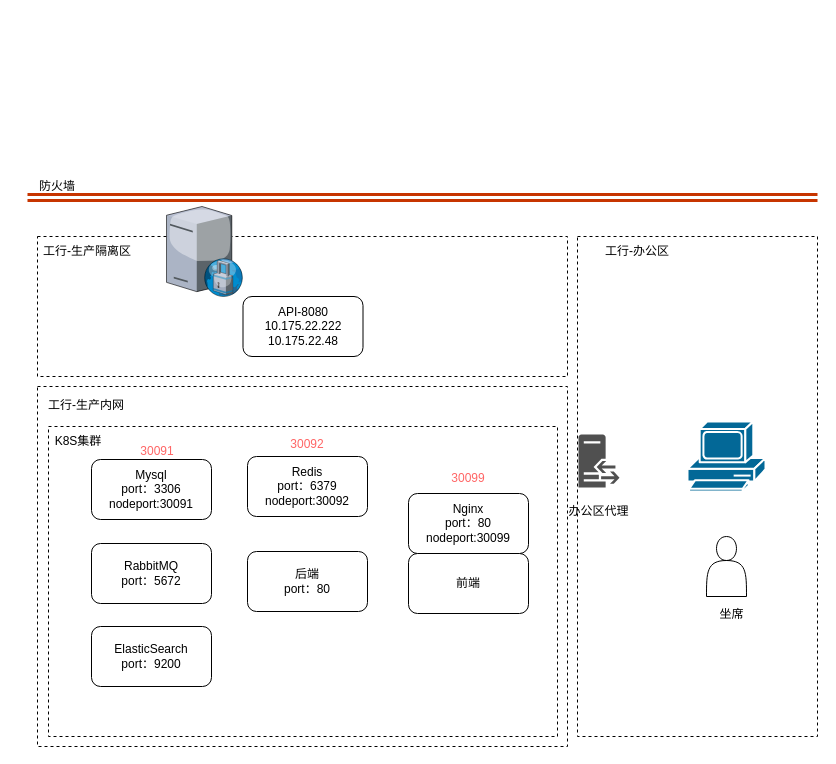
This is module8/工行.drawio from csmiao168/go_study, a draw.io file, before an edit. Source tidied: cells renumbered, new cells numbered last; positions are measured from the earlier drawing's top-left corner, leaving out a move shared by most shapes. Both pictures are drawn from the tidied source at 100%, with x=0, y=0 at pixel (17, 171). Pictures stored in the file or linked from it are replaced by grey dashed boxes.
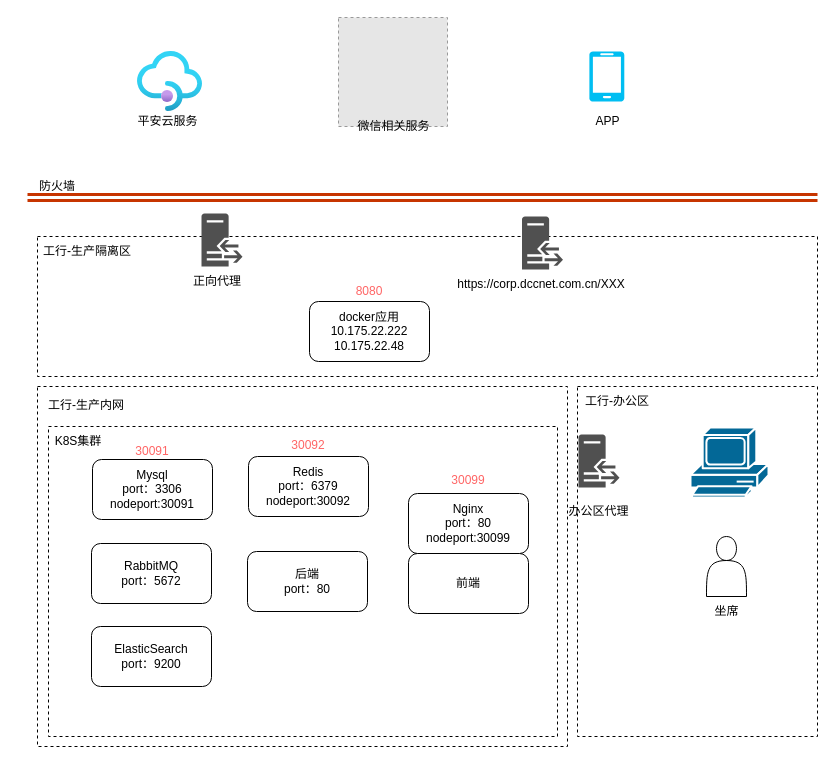
Above is the later version.

What changed in the source:
```diff
@@
+    <mxCell id="4" style="rounded=0;whiteSpace=wrap;html=1;fillColor=none;dashed=1;" parent="1" vertex="1">
+      <mxGeometry x="20" y="65" width="780" height="140" as="geometry" />
+    </mxCell>
@@
-    <mxCell id="4" style="rounded=0;whiteSpace=wrap;html=1;fillColor=none;dashed=1;" parent="1" vertex="1">
-      <mxGeometry x="20" y="65" width="530" height="140" as="geometry" />
-    </mxCell>
-    <mxCell id="5" value="&lt;div&gt;API-8080&lt;/div&gt;10.175.22.222&lt;div&gt;10.175.22.48&lt;br&gt;&lt;/div&gt;" style="rounded=1;whiteSpace=wrap;html=1;" parent="1" vertex="1">
-      <mxGeometry x="225.5" y="125" width="120" height="60" as="geometry" />
-    </mxCell>
@@
     <mxCell id="8" style="rounded=0;whiteSpace=wrap;html=1;fillColor=none;dashed=1;" parent="1" vertex="1">
-      <mxGeometry x="560" y="65" width="240" height="500" as="geometry" />
+      <mxGeometry x="560" y="215" width="240" height="350" as="geometry" />
     </mxCell>
     <mxCell id="9" value="工行-办公区" style="text;html=1;align=center;verticalAlign=middle;whiteSpace=wrap;rounded=0;" parent="1" vertex="1">
-      <mxGeometry x="580" y="65" width="80" height="30" as="geometry" />
+      <mxGeometry x="560" y="215" width="80" height="30" as="geometry" />
     </mxCell>
-    <mxCell id="10" value="&lt;div&gt;&lt;span style=&quot;background-color: initial;&quot;&gt;Redis&lt;/span&gt;&lt;/div&gt;&lt;div&gt;&lt;span style=&quot;background-color: initial;&quot;&gt;port：6379&lt;/span&gt;&lt;/div&gt;&lt;div&gt;nodeport:30092&lt;/div&gt;" style="rounded=1;whiteSpace=wrap;html=1;" parent="1" vertex="1">
-      <mxGeometry x="230" y="285" width="120" height="60" as="geometry" />
-    </mxCell>
@@
-    <mxCell id="12" value="&lt;div&gt;Mysql&lt;/div&gt;&lt;div&gt;port：3306&lt;/div&gt;&lt;div&gt;nodeport:30091&lt;/div&gt;" style="rounded=1;whiteSpace=wrap;html=1;" parent="1" vertex="1">
-      <mxGeometry x="74" y="288" width="120" height="60" as="geometry" />
-    </mxCell>
@@
+    <mxCell id="17" style="shape=mxgraph.cisco.computers_and_peripherals.pc;html=1;dashed=0;fillColor=#036897;strokeColor=#ffffff;strokeWidth=2;verticalLabelPosition=bottom;verticalAlign=top;align=center;" parent="1" vertex="1">
+      <mxGeometry x="673" y="256" width="78" height="70" as="geometry" />
+    </mxCell>
+    <mxCell id="21" value="办公区代理" style="text;html=1;align=center;verticalAlign=middle;whiteSpace=wrap;rounded=0;" parent="1" vertex="1">
+      <mxGeometry x="547.2" y="325" width="68.5" height="30" as="geometry" />
+    </mxCell>
+    <mxCell id="22" style="sketch=0;shadow=0;dashed=0;html=1;strokeColor=none;fillColor=#505050;labelPosition=center;verticalLabelPosition=bottom;verticalAlign=top;align=center;shape=mxgraph.office.servers.reverse_proxy;" parent="1" vertex="1">
+      <mxGeometry x="561" y="263" width="41" height="53" as="geometry" />
+    </mxCell>
+    <mxCell id="27" style="shape=link;html=1;rounded=0;labelBackgroundColor=#FFB366;fontColor=#FFB366;labelBorderColor=#FFB366;strokeColor=#C73500;fillColor=#fa6800;strokeWidth=3;" parent="1" edge="1">
+      <mxGeometry relative="1" as="geometry">
+        <mxPoint x="10" y="26" as="sourcePoint" />
+        <mxPoint x="800" y="26" as="targetPoint" />
+      </mxGeometry>
+    </mxCell>
+    <mxCell id="28" value="防火墙" style="text;html=1;align=center;verticalAlign=middle;whiteSpace=wrap;rounded=0;" parent="1" vertex="1">
+      <mxGeometry width="80" height="30" as="geometry" />
+    </mxCell>
+    <mxCell id="30" style="group;" parent="1" vertex="1">
+      <mxGeometry x="110" y="-120" width="81" height="85" as="geometry" />
+    </mxCell>
+    <mxCell id="31" style="image;html=1;align=center;fontSize=12;image=img/lib/azure2/app_services/API_Management_Services.svg;" parent="30" vertex="1">
+      <mxGeometry x="10" width="65" height="60" as="geometry" />
+    </mxCell>
+    <mxCell id="32" value="平安云服务" style="text;html=1;align=center;verticalAlign=middle;whiteSpace=wrap;rounded=0;" parent="30" vertex="1">
+      <mxGeometry y="55" width="81" height="30" as="geometry" />
+    </mxCell>
+    <mxCell id="33" style="group;" parent="1" vertex="1">
+      <mxGeometry x="321" y="-154" width="109" height="124" as="geometry" />
+    </mxCell>
+    <mxCell id="34" style="fillColor=#E6E6E6;strokeColor=#999999;dashed=1;html=1;verticalAlign=top;verticalLabelPosition=bottom;labelBackgroundColor=#ffffff;" parent="33" vertex="1">
+      <mxGeometry width="109" height="109" as="geometry" />
+    </mxCell>
+    <mxCell id="35" value="微信相关服务" style="text;html=1;align=center;verticalAlign=middle;whiteSpace=wrap;rounded=0;" parent="33" vertex="1">
+      <mxGeometry x="15" y="94" width="81" height="30" as="geometry" />
+    </mxCell>
+    <mxCell id="36" style="group;" parent="1" vertex="1">
+      <mxGeometry x="550" y="-120" width="81" height="85" as="geometry" />
+    </mxCell>
+    <mxCell id="37" style="verticalLabelPosition=bottom;html=1;verticalAlign=top;align=center;strokeColor=none;fillColor=#00BEF2;shape=mxgraph.azure.mobile;" parent="36" vertex="1">
+      <mxGeometry x="21.8" width="35" height="50" as="geometry" />
+    </mxCell>
+    <mxCell id="38" value="APP" style="text;html=1;align=center;verticalAlign=middle;whiteSpace=wrap;rounded=0;" parent="36" vertex="1">
+      <mxGeometry y="55" width="81" height="30" as="geometry" />
+    </mxCell>
+    <mxCell id="39" style="group;" parent="1" vertex="1">
+      <mxGeometry x="444" y="45" width="160" height="83" as="geometry" />
+    </mxCell>
+    <mxCell id="40" style="sketch=0;shadow=0;dashed=0;html=1;strokeColor=none;fillColor=#505050;labelPosition=center;verticalLabelPosition=bottom;verticalAlign=top;align=center;shape=mxgraph.office.servers.reverse_proxy;" parent="39" vertex="1">
+      <mxGeometry x="60.5" width="41" height="53" as="geometry" />
+    </mxCell>
+    <mxCell id="41" value="https://corp.dccnet.com.cn/XXX" style="text;html=1;align=center;verticalAlign=middle;whiteSpace=wrap;rounded=0;" parent="39" vertex="1">
+      <mxGeometry y="53" width="160" height="30" as="geometry" />
+    </mxCell>
+    <mxCell id="42" style="group;" parent="1" vertex="1">
+      <mxGeometry x="160" y="42" width="80" height="83" as="geometry" />
+    </mxCell>
+    <mxCell id="43" style="sketch=0;shadow=0;dashed=0;html=1;strokeColor=none;fillColor=#505050;labelPosition=center;verticalLabelPosition=bottom;verticalAlign=top;align=center;shape=mxgraph.office.servers.reverse_proxy;" parent="42" vertex="1">
+      <mxGeometry x="24" width="41" height="53" as="geometry" />
+    </mxCell>
+    <mxCell id="44" value="正向代理" style="text;html=1;align=center;verticalAlign=middle;whiteSpace=wrap;rounded=0;" parent="42" vertex="1">
+      <mxGeometry y="53" width="80" height="30" as="geometry" />
+    </mxCell>
+    <mxCell id="45" style="group;" parent="1" vertex="1">
+      <mxGeometry x="292" y="105" width="120" height="85" as="geometry" />
+    </mxCell>
+    <mxCell id="5" value="&lt;div&gt;docker应用&lt;/div&gt;10.175.22.222&lt;div&gt;10.175.22.48&lt;br&gt;&lt;/div&gt;" style="rounded=1;whiteSpace=wrap;html=1;" parent="45" vertex="1">
+      <mxGeometry y="25" width="120" height="60" as="geometry" />
+    </mxCell>
+    <mxCell id="46" value="8080" style="text;html=1;align=center;verticalAlign=middle;whiteSpace=wrap;rounded=0;fontColor=#FF6666;" parent="45" vertex="1">
+      <mxGeometry x="30" width="60" height="30" as="geometry" />
+    </mxCell>
+    <mxCell id="47" style="group;" parent="1" vertex="1">
+      <mxGeometry x="674.8" y="365" width="68.5" height="90" as="geometry" />
+    </mxCell>
-    <mxCell id="16" style="shape=actor;whiteSpace=wrap;html=1;" parent="1" vertex="1">
-      <mxGeometry x="689" y="365" width="40" height="60" as="geometry" />
+    <mxCell id="16" style="shape=actor;whiteSpace=wrap;html=1;" parent="47" vertex="1">
+      <mxGeometry x="14.2" width="40" height="60" as="geometry" />
     </mxCell>
-    <mxCell id="17" style="shape=mxgraph.cisco.computers_and_peripherals.pc;html=1;dashed=0;fillColor=#036897;strokeColor=#ffffff;strokeWidth=2;verticalLabelPosition=bottom;verticalAlign=top;align=center;" parent="1" vertex="1">
-      <mxGeometry x="670" y="250" width="78" height="70" as="geometry" />
-    </mxCell>
+    <mxCell id="26" value="坐席" style="text;html=1;align=center;verticalAlign=middle;whiteSpace=wrap;rounded=0;" parent="47" vertex="1">
+      <mxGeometry y="60" width="68.5" height="30" as="geometry" />
+    </mxCell>
+    <mxCell id="48" style="group;" parent="1" vertex="1">
+      <mxGeometry x="75" y="265" width="120" height="83" as="geometry" />
+    </mxCell>
+    <mxCell id="12" value="&lt;div&gt;Mysql&lt;/div&gt;&lt;div&gt;port：3306&lt;/div&gt;&lt;div&gt;nodeport:30091&lt;/div&gt;" style="rounded=1;whiteSpace=wrap;html=1;" parent="48" vertex="1">
+      <mxGeometry y="23" width="120" height="60" as="geometry" />
+    </mxCell>
+    <mxCell id="24" value="30091" style="text;html=1;align=center;verticalAlign=middle;whiteSpace=wrap;rounded=0;fontColor=#FF6666;" parent="48" vertex="1">
+      <mxGeometry x="30" width="60" height="30" as="geometry" />
+    </mxCell>
+    <mxCell id="49" style="group;" parent="1" vertex="1">
+      <mxGeometry x="231" y="259" width="120" height="86" as="geometry" />
+    </mxCell>
+    <mxCell id="10" value="&lt;div&gt;&lt;span style=&quot;background-color: initial;&quot;&gt;Redis&lt;/span&gt;&lt;/div&gt;&lt;div&gt;&lt;span style=&quot;background-color: initial;&quot;&gt;port：6379&lt;/span&gt;&lt;/div&gt;&lt;div&gt;nodeport:30092&lt;/div&gt;" style="rounded=1;whiteSpace=wrap;html=1;" parent="49" vertex="1">
+      <mxGeometry y="26" width="120" height="60" as="geometry" />
+    </mxCell>
+    <mxCell id="25" value="30092" style="text;html=1;align=center;verticalAlign=middle;whiteSpace=wrap;rounded=0;fontColor=#FF6666;" parent="49" vertex="1">
+      <mxGeometry x="30" width="60" height="30" as="geometry" />
+    </mxCell>
+    <mxCell id="50" style="group;" parent="1" vertex="1">
+      <mxGeometry x="391" y="294" width="120" height="148" as="geometry" />
+    </mxCell>
-    <mxCell id="18" style="group;" parent="1" vertex="1">
-      <mxGeometry x="391" y="322" width="120" height="120" as="geometry" />
+    <mxCell id="18" style="group;" parent="50" vertex="1">
+      <mxGeometry y="28" width="120" height="120" as="geometry" />
     </mxCell>
@@
-    <mxCell id="21" value="办公区代理" style="text;html=1;align=center;verticalAlign=middle;whiteSpace=wrap;rounded=0;" parent="1" vertex="1">
-      <mxGeometry x="547.2" y="325" width="68.5" height="30" as="geometry" />
-    </mxCell>
-    <mxCell id="22" style="sketch=0;shadow=0;dashed=0;html=1;strokeColor=none;fillColor=#505050;labelPosition=center;verticalLabelPosition=bottom;verticalAlign=top;align=center;shape=mxgraph.office.servers.reverse_proxy;" parent="1" vertex="1">
-      <mxGeometry x="561" y="263" width="41" height="53" as="geometry" />
-    </mxCell>
-    <mxCell id="23" value="30099" style="text;html=1;align=center;verticalAlign=middle;whiteSpace=wrap;rounded=0;fontColor=#FF6666;" parent="1" vertex="1">
-      <mxGeometry x="421" y="292" width="60" height="30" as="geometry" />
+    <mxCell id="23" value="30099" style="text;html=1;align=center;verticalAlign=middle;whiteSpace=wrap;rounded=0;fontColor=#FF6666;" parent="50" vertex="1">
+      <mxGeometry x="30" width="60" height="30" as="geometry" />
     </mxCell>
-    <mxCell id="24" value="30091" style="text;html=1;align=center;verticalAlign=middle;whiteSpace=wrap;rounded=0;fontColor=#FF6666;" parent="1" vertex="1">
-      <mxGeometry x="110" y="265" width="60" height="30" as="geometry" />
-    </mxCell>
-    <mxCell id="25" value="30092" style="text;html=1;align=center;verticalAlign=middle;whiteSpace=wrap;rounded=0;fontColor=#FF6666;" parent="1" vertex="1">
-      <mxGeometry x="260" y="258" width="60" height="30" as="geometry" />
-    </mxCell>
-    <mxCell id="26" value="坐席" style="text;html=1;align=center;verticalAlign=middle;whiteSpace=wrap;rounded=0;" parent="1" vertex="1">
-      <mxGeometry x="679.5" y="428" width="68.5" height="30" as="geometry" />
-    </mxCell>
-    <mxCell id="27" style="shape=link;html=1;rounded=0;labelBackgroundColor=#FFB366;fontColor=#FFB366;labelBorderColor=#FFB366;strokeColor=#C73500;fillColor=#fa6800;strokeWidth=3;" parent="1" edge="1">
-      <mxGeometry relative="1" as="geometry">
-        <mxPoint x="10" y="26" as="sourcePoint" />
-        <mxPoint x="800" y="26" as="targetPoint" />
-      </mxGeometry>
-    </mxCell>
-    <mxCell id="28" value="防火墙" style="text;html=1;align=center;verticalAlign=middle;whiteSpace=wrap;rounded=0;" parent="1" vertex="1">
-      <mxGeometry width="80" height="30" as="geometry" />
-    </mxCell>
-    <mxCell id="29" style="verticalLabelPosition=bottom;sketch=0;html=1;verticalAlign=top;strokeColor=none;align=center;shape=mxgraph.citrix.proxy_server;" parent="1" vertex="1">
-      <mxGeometry x="149" y="35" width="76.5" height="90" as="geometry" />
-    </mxCell>
```
